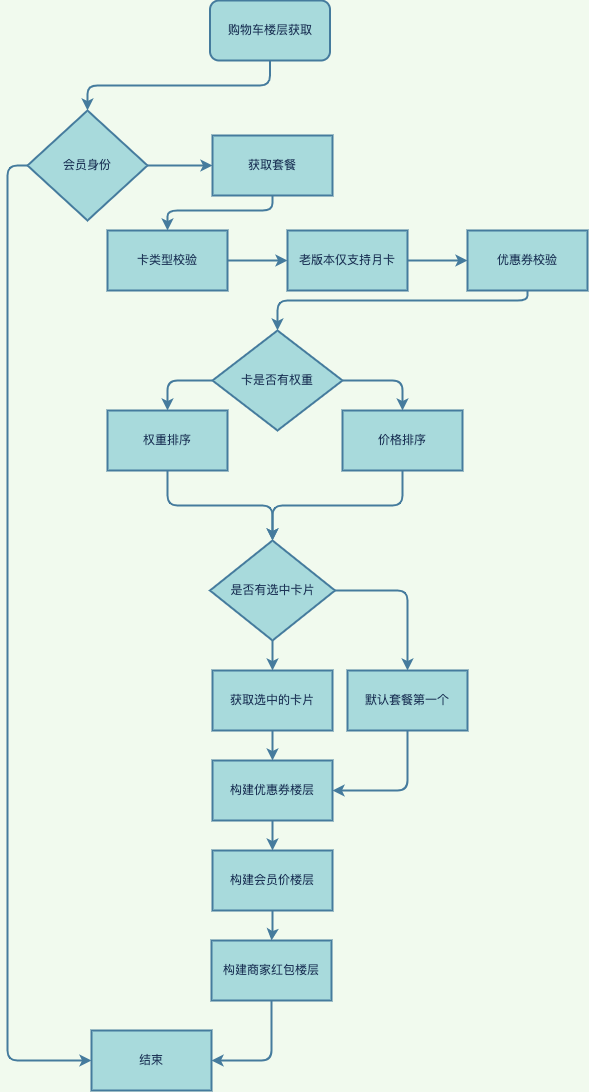
Above: 购物车楼层接口改造.png in 845642761/diagram (draw.io), before the change. Source tidied: cells renumbered, new cells last; positions are measured from the earlier drawing's top-left corner, leaving out a move shared by most shapes.
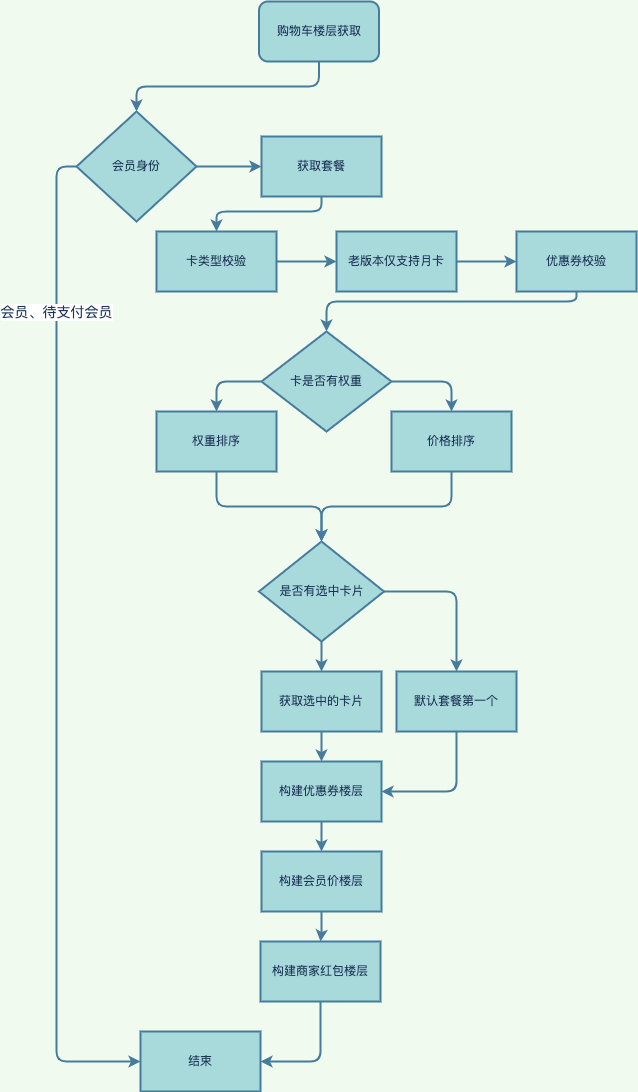
The same file after the commit.

Commit message:
更新购物车楼层接口改造.png

The edit, as a diff of the source:
```diff
@@ -14,6 +14,11 @@
     <mxCell id="5" style="edgeStyle=orthogonalEdgeStyle;curved=0;rounded=1;sketch=0;jettySize=auto;html=1;entryX=0;entryY=0.5;entryDx=0;entryDy=0;fontColor=#1D3557;strokeColor=#457B9D;fillColor=#A8DADC;exitX=0;exitY=0.5;exitDx=0;exitDy=0;strokeWidth=2;" parent="1" edge="1" source="6" target="34">
       <mxGeometry relative="1" as="geometry" />
     </mxCell>
+    <mxCell id="36" value="&lt;font style=&quot;font-size: 14px;&quot;&gt;会员、待支付会员&lt;/font&gt;" style="edgeLabel;html=1;align=center;verticalAlign=middle;fontColor=#1D3557;" parent="5" vertex="1">
+      <mxGeometry x="-0.67" relative="1" as="geometry">
+        <mxPoint x="-1" as="offset" />
+      </mxGeometry>
+    </mxCell>
     <mxCell id="6" value="会员身份" style="rhombus;whiteSpace=wrap;html=1;rounded=0;sketch=0;fontColor=#1D3557;strokeColor=#457B9D;fillColor=#A8DADC;strokeWidth=2;" parent="1" vertex="1">
       <mxGeometry y="110" width="120" height="110" as="geometry" />
     </mxCell>
```
